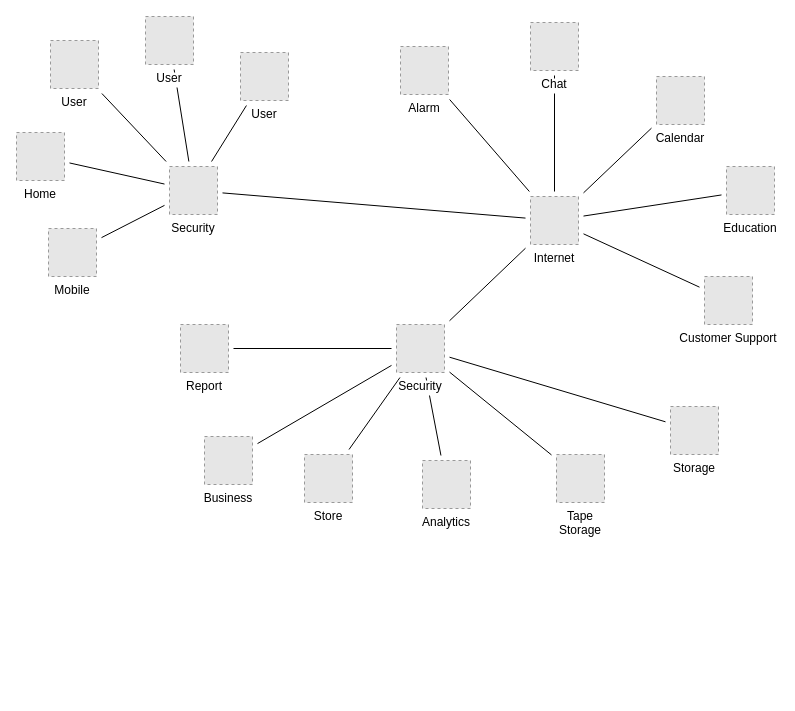
IloveCCCP/Onion keeps this draw.io diagram as 未命名绘图.drawio. Above is the earlier version. Source tidied: cells renumbered, new cells numbered last; positions are measured from the earlier drawing's top-left corner, leaving out a move shared by most shapes. Both pictures are drawn from the tidied source at 100%, with x=0, y=0 at pixel (16, 16). Pictures stored in the file or linked from it are replaced by grey dashed boxes.
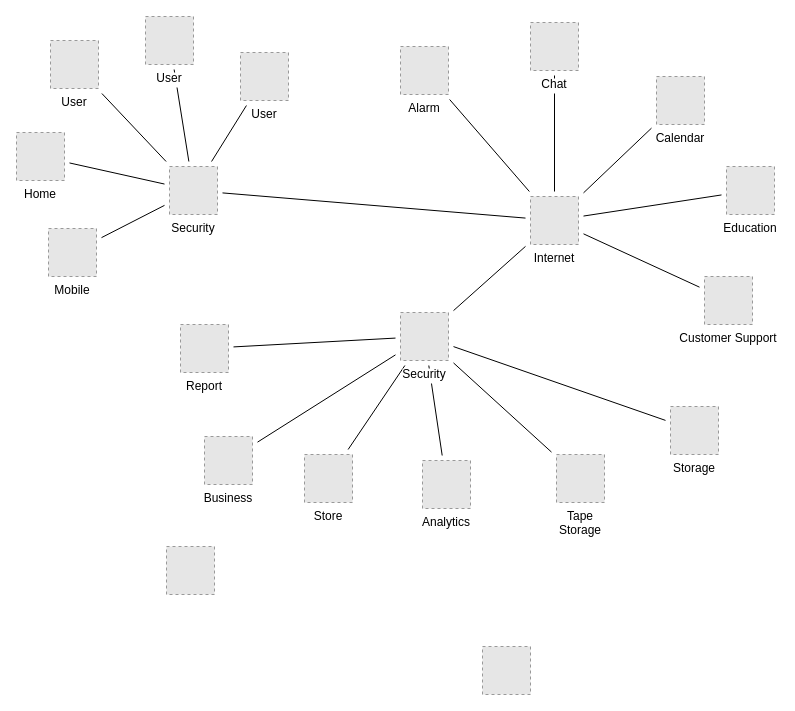
Above is the later version.

Commit message:
更新未命名绘图.drawio

What changed in the source:
```diff
@@
     <mxCell id="38" value="Security" style="fillColor=#E6E6E6;strokeColor=#999999;dashed=1;verticalLabelPosition=bottom;verticalAlign=top;labelBackgroundColor=#ffffff;" parent="1" vertex="1">
-      <mxGeometry x="380" y="308" width="48" height="48" as="geometry" />
+      <mxGeometry x="384" y="296" width="48" height="48" as="geometry" />
     </mxCell>
+    <mxCell id="39" style="fillColor=#E6E6E6;strokeColor=#999999;dashed=1;verticalLabelPosition=bottom;verticalAlign=top;" parent="1" vertex="1">
+      <mxGeometry x="150" y="530" width="48" height="48" as="geometry" />
+    </mxCell>
+    <mxCell id="40" style="fillColor=#E6E6E6;strokeColor=#999999;dashed=1;verticalLabelPosition=bottom;verticalAlign=top;" parent="1" vertex="1">
+      <mxGeometry x="466" y="630" width="48" height="48" as="geometry" />
+    </mxCell>
```
